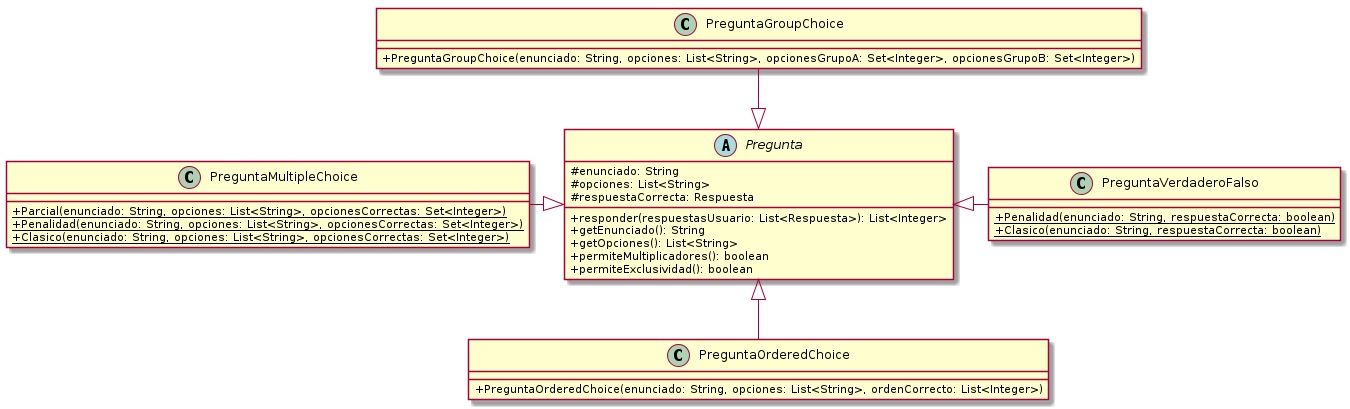
gcc-cdimatteo/Algoritmos-y-Programacion-III-75.07 keeps this PlantUML diagram as Documentacion/out/Diagramas de Clases/Diagrama de Clases Preguntas/Diagrama de Clases Preguntas.png. Above is the earlier version. Its diagram source:
```plantuml
@startuml
skinparam classAttributeIconSize 0

abstract class Pregunta {
    # enunciado: String
    # opciones: List<String>
    # respuestaCorrecta: Respuesta
    + responder(respuestasUsuario: List<Respuesta>): List<Integer>
    + getEnunciado(): String
    + getOpciones(): List<String>
    + permiteMultiplicadores(): boolean
    + permiteExclusividad(): boolean
}

class PreguntaVerdaderoFalso {
    + {static} Penalidad(enunciado: String, respuestaCorrecta: boolean)
    + {static} Clasico(enunciado: String, respuestaCorrecta: boolean)
}

class PreguntaGroupChoice {
    + PreguntaGroupChoice(enunciado: String, opciones: List<String>, opcionesGrupoA: Set<Integer>, opcionesGrupoB: Set<Integer>)
}

class PreguntaOrderedChoice {
    + PreguntaOrderedChoice(enunciado: String, opciones: List<String>, ordenCorrecto: List<Integer>)
}

class PreguntaMultipleChoice {
    + {static} Parcial(enunciado: String, opciones: List<String>, opcionesCorrectas: Set<Integer>)
    + {static} Penalidad(enunciado: String, opciones: List<String>, opcionesCorrectas: Set<Integer>)
    + {static} Clasico(enunciado: String, opciones: List<String>, opcionesCorrectas: Set<Integer>)
}


Pregunta <|-up- PreguntaGroupChoice
Pregunta <|-left- PreguntaMultipleChoice
Pregunta <|-down- PreguntaOrderedChoice
Pregunta <|-right- PreguntaVerdaderoFalso







@enduml
```
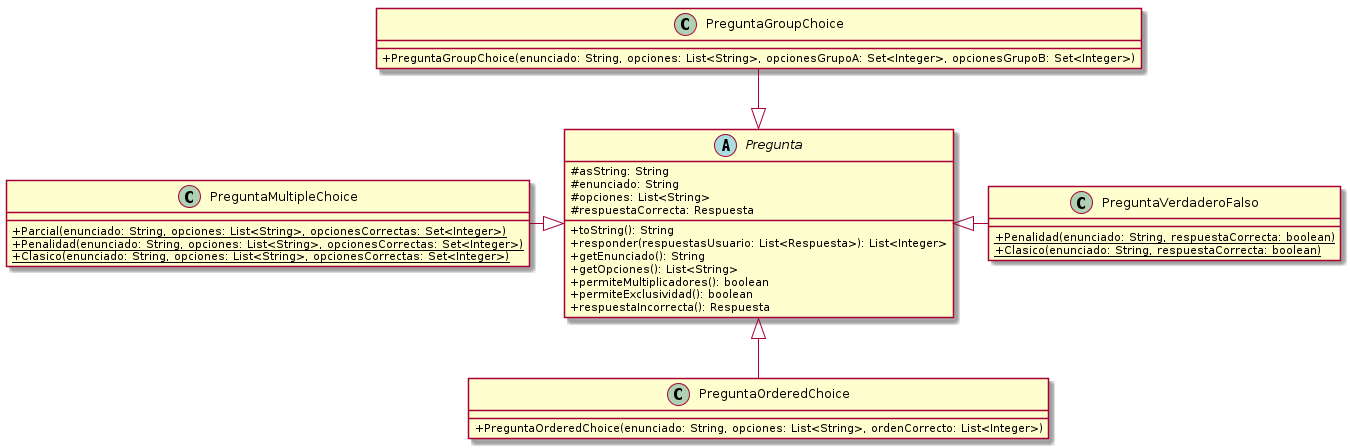
Later version of the same file.

What changed in the source:
```diff
@@ -2,14 +2,17 @@
 skinparam classAttributeIconSize 0
 
 abstract class Pregunta {
+    # asString: String
     # enunciado: String
     # opciones: List<String>
     # respuestaCorrecta: Respuesta
+    + toString(): String
     + responder(respuestasUsuario: List<Respuesta>): List<Integer>
     + getEnunciado(): String
     + getOpciones(): List<String>
     + permiteMultiplicadores(): boolean
     + permiteExclusividad(): boolean
+    + respuestaIncorrecta(): Respuesta
 }
 
 class PreguntaVerdaderoFalso {
```
